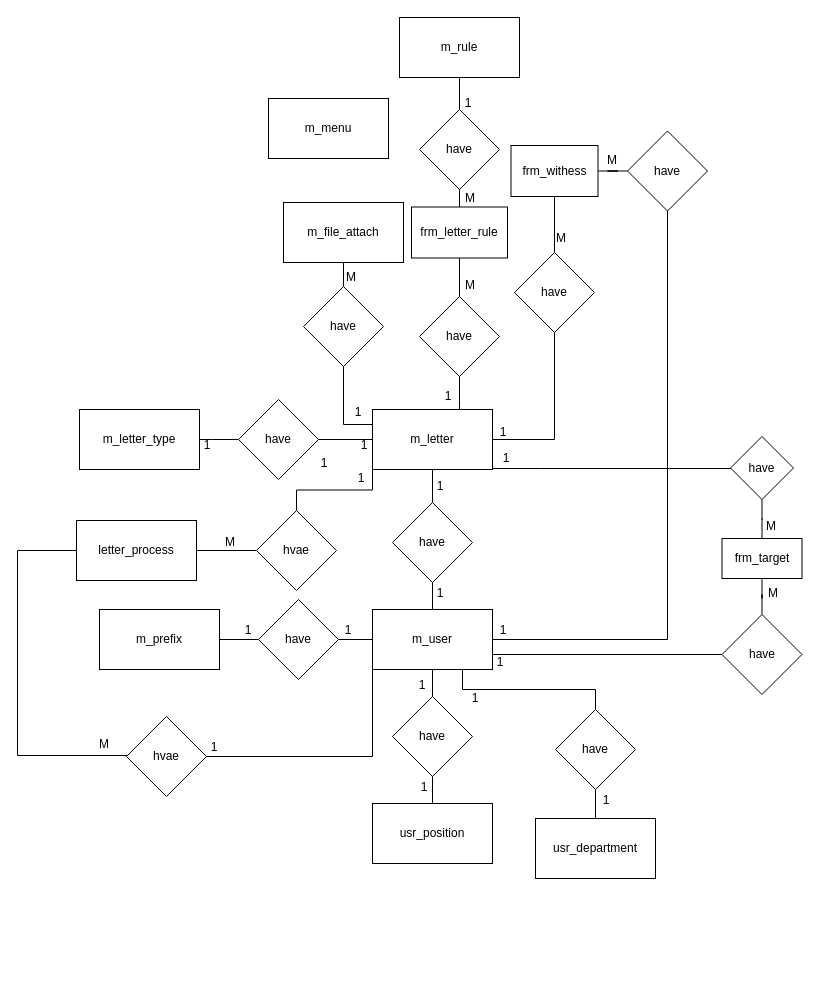
This is document/Er.drawio from kraingkai123/warning_letter_system, a draw.io file, before an edit. Source tidied: cells renumbered, new cells numbered last; positions are measured from the earlier drawing's top-left corner, leaving out a move shared by most shapes. Both pictures are drawn from the tidied source at 100%, with x=0, y=0 at pixel (17, 17).
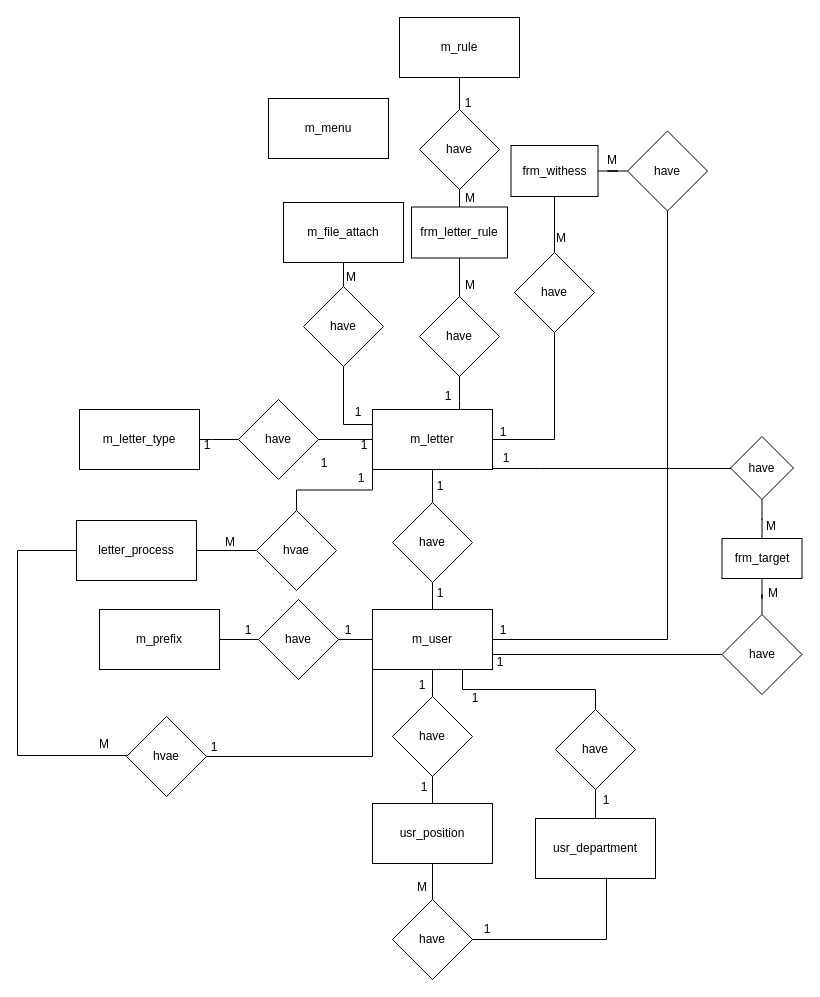
Above is the later version.

The change refers to these unchanged cells:
```xml
<mxCell id="47" value="usr_position" style="whiteSpace=wrap;html=1;rounded=0;" parent="1" vertex="1">
  <mxGeometry x="355" y="786" width="120" height="60" as="geometry" />
</mxCell>
<mxCell id="50" value="usr_department" style="whiteSpace=wrap;html=1;" parent="1" vertex="1">
  <mxGeometry x="518" y="801" width="120" height="60" as="geometry" />
</mxCell>
```

What changed in the source:
```diff
@@
+    <mxCell id="86" style="edgeStyle=orthogonalEdgeStyle;rounded=0;jettySize=auto;html=1;endArrow=none;startFill=0;" parent="1" edge="1" source="47" target="87">
+      <mxGeometry relative="1" as="geometry" />
+    </mxCell>
@@
+    <mxCell id="87" value="have" style="rhombus;whiteSpace=wrap;html=1;rounded=0;" parent="1" vertex="1">
+      <mxGeometry x="375" y="882" width="80" height="80" as="geometry" />
+    </mxCell>
+    <mxCell id="88" style="edgeStyle=orthogonalEdgeStyle;rounded=0;jettySize=auto;html=1;entryX=0.592;entryY=0.983;entryDx=0;entryDy=0;entryPerimeter=0;endArrow=none;startFill=0;" parent="1" edge="1" source="87" target="50">
+      <mxGeometry relative="1" as="geometry" />
+    </mxCell>
+    <mxCell id="89" value="1" style="text;html=1;align=center;verticalAlign=middle;whiteSpace=wrap;rounded=0;" parent="1" vertex="1">
+      <mxGeometry x="461.5" y="903" width="16" height="18" as="geometry" />
+    </mxCell>
+    <mxCell id="90" value="M" style="text;html=1;align=center;verticalAlign=middle;whiteSpace=wrap;rounded=0;" parent="1" vertex="1">
+      <mxGeometry x="397" y="861" width="16" height="18" as="geometry" />
+    </mxCell>
```
